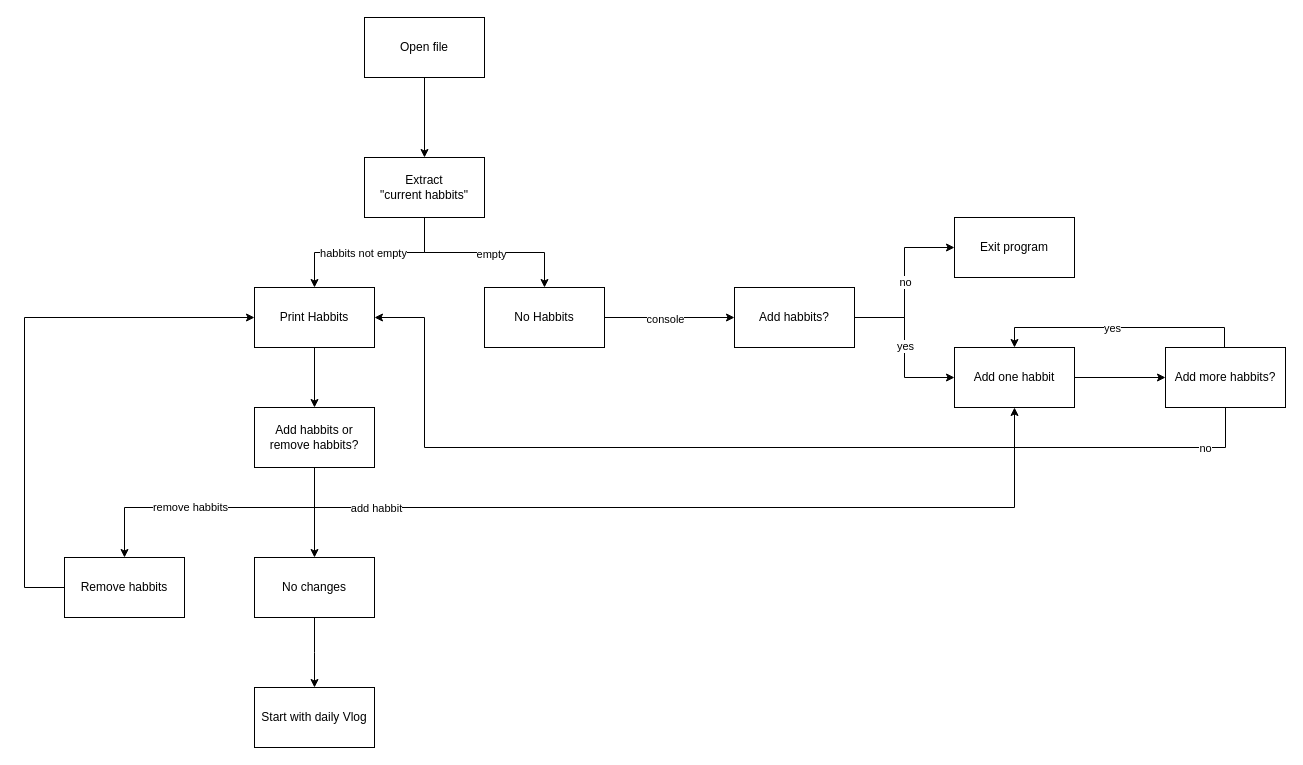
This is Python Projects/Scripting/Daily Habits/Current Habbits.drawio from Bodensteiner23/LearnToCode, a draw.io file, before an edit. Source tidied: cells renumbered, new cells numbered last; positions are measured from the earlier drawing's top-left corner, leaving out a move shared by most shapes. Both pictures are drawn from the tidied source at 100%, with x=0, y=0 at pixel (24, 17).
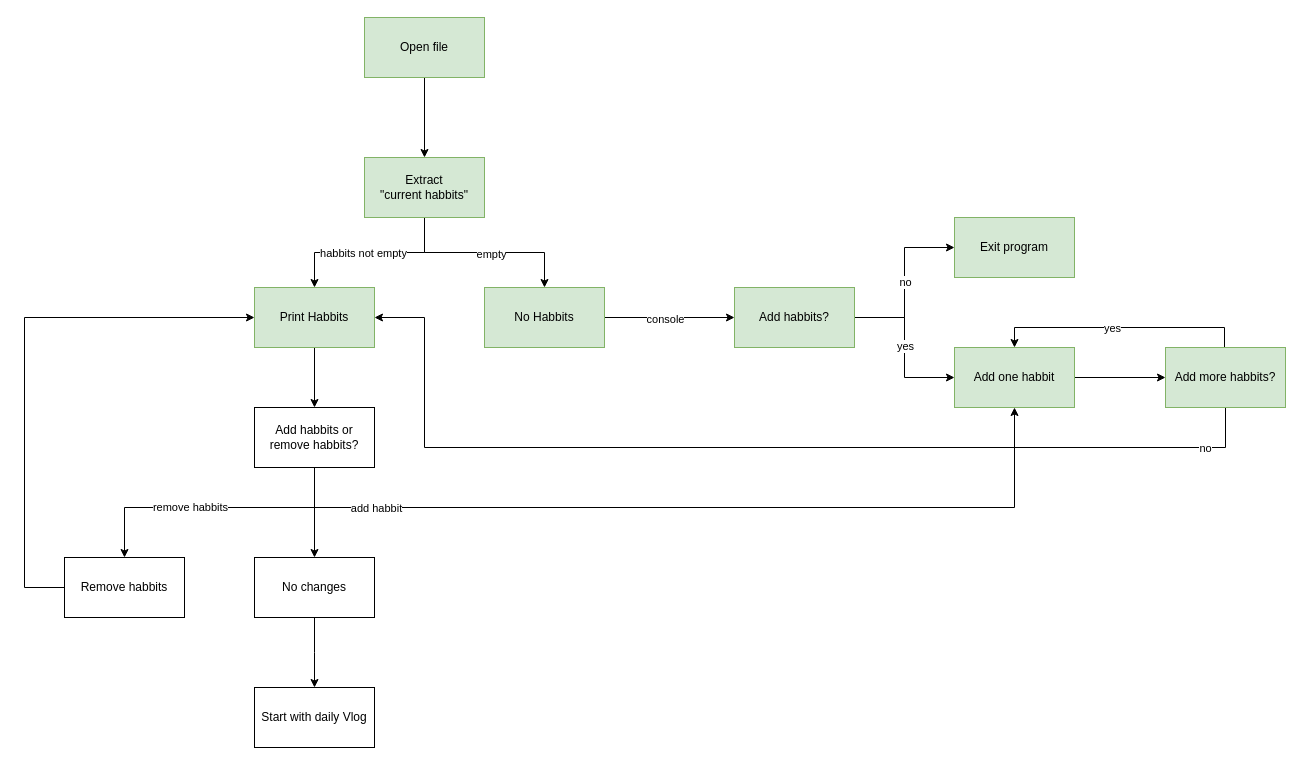
Above is the later version.

Diff of the diagram source:
```diff
@@
-    <mxCell id="3" value="Open file" style="whiteSpace=wrap;html=1;" parent="1" vertex="1">
+    <mxCell id="3" value="Open file" style="whiteSpace=wrap;html=1;fillColor=#d5e8d4;strokeColor=#82b366;" parent="1" vertex="1">
       <mxGeometry x="340" width="120" height="60" as="geometry" />
     </mxCell>
@@
-    <mxCell id="8" value="Extract &lt;br&gt;&quot;current habbits&quot;" style="whiteSpace=wrap;html=1;" parent="1" vertex="1">
+    <mxCell id="8" value="Extract &lt;br&gt;&quot;current habbits&quot;" style="whiteSpace=wrap;html=1;fillColor=#d5e8d4;strokeColor=#82b366;" parent="1" vertex="1">
       <mxGeometry x="340" y="140" width="120" height="60" as="geometry" />
     </mxCell>
@@
-    <mxCell id="10" value="Print Habbits" style="whiteSpace=wrap;html=1;" parent="1" vertex="1">
+    <mxCell id="10" value="Print Habbits" style="whiteSpace=wrap;html=1;fillColor=#d5e8d4;strokeColor=#82b366;" parent="1" vertex="1">
       <mxGeometry x="230" y="270" width="120" height="60" as="geometry" />
     </mxCell>
@@
-    <mxCell id="13" value="No Habbits" style="whiteSpace=wrap;html=1;" parent="1" vertex="1">
+    <mxCell id="13" value="No Habbits" style="whiteSpace=wrap;html=1;fillColor=#d5e8d4;strokeColor=#82b366;" parent="1" vertex="1">
       <mxGeometry x="460" y="270" width="120" height="60" as="geometry" />
     </mxCell>
@@
-    <mxCell id="18" value="Add habbits?" style="whiteSpace=wrap;html=1;" parent="1" vertex="1">
+    <mxCell id="18" value="Add habbits?" style="whiteSpace=wrap;html=1;fillColor=#d5e8d4;strokeColor=#82b366;" parent="1" vertex="1">
       <mxGeometry x="710" y="270" width="120" height="60" as="geometry" />
     </mxCell>
-    <mxCell id="19" value="Exit program" style="whiteSpace=wrap;html=1;" parent="1" vertex="1">
+    <mxCell id="19" value="Exit program" style="whiteSpace=wrap;html=1;fillColor=#d5e8d4;strokeColor=#82b366;" parent="1" vertex="1">
       <mxGeometry x="930" y="200" width="120" height="60" as="geometry" />
     </mxCell>
@@
-    <mxCell id="21" value="Add one habbit" style="whiteSpace=wrap;html=1;" parent="1" vertex="1">
+    <mxCell id="21" value="Add one habbit" style="whiteSpace=wrap;html=1;fillColor=#d5e8d4;strokeColor=#82b366;" parent="1" vertex="1">
       <mxGeometry x="930" y="330" width="120" height="60" as="geometry" />
     </mxCell>
@@
-    <mxCell id="26" value="Add more habbits?" style="whiteSpace=wrap;html=1;" parent="1" vertex="1">
+    <mxCell id="26" value="Add more habbits?" style="whiteSpace=wrap;html=1;fillColor=#d5e8d4;strokeColor=#82b366;" parent="1" vertex="1">
       <mxGeometry x="1141" y="330" width="120" height="60" as="geometry" />
     </mxCell>
```
